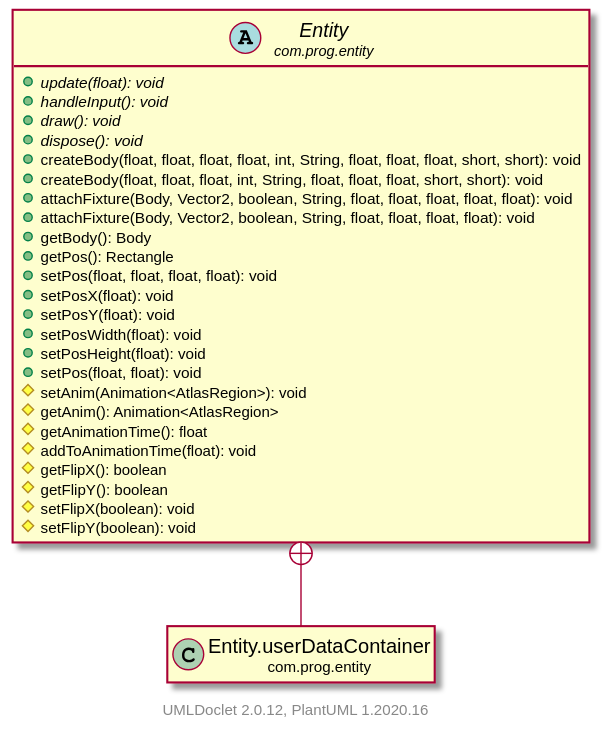
This is core/build/docs/javadoc/uml/com/prog/entity/Entity.svg from Garma00/Evilian, a PlantUML export, as it was before one commit. Its diagram source:
```plantuml
@startuml
    set namespaceSeparator none
    hide empty fields
    hide empty methods

    abstract class "<size:14>Entity\n<size:10>com.prog.entity" as com.prog.entity.Entity [[..\..\..\..\com\prog\entity\Entity.html]] {
        {abstract} +update(float): void
        {abstract} +handleInput(): void
        {abstract} +draw(): void
        {abstract} +dispose(): void
        +createBody(float, float, float, float, int, String, float, float, float, short, short): void
        +createBody(float, float, float, int, String, float, float, float, short, short): void
        +attachFixture(Body, Vector2, boolean, String, float, float, float, float, float): void
        +attachFixture(Body, Vector2, boolean, String, float, float, float, float): void
        +getBody(): Body
        +getPos(): Rectangle
        +setPos(float, float, float, float): void
        +setPosX(float): void
        +setPosY(float): void
        +setPosWidth(float): void
        +setPosHeight(float): void
        +setPos(float, float): void
        #setAnim(Animation<AtlasRegion>): void
        #getAnim(): Animation<AtlasRegion>
        #getAnimationTime(): float
        #addToAnimationTime(float): void
        #getFlipX(): boolean
        #getFlipY(): boolean
        #setFlipX(boolean): void
        #setFlipY(boolean): void
    }
    class "<size:14>Entity.userDataContainer\n<size:10>com.prog.entity" as com.prog.entity.Entity.userDataContainer [[..\..\..\..\com\prog\entity\Entity.userDataContainer.html]]

    com.prog.entity.Entity +-- com.prog.entity.Entity.userDataContainer

    center footer UMLDoclet 2.0.12, PlantUML 1.2020.16
@enduml
```
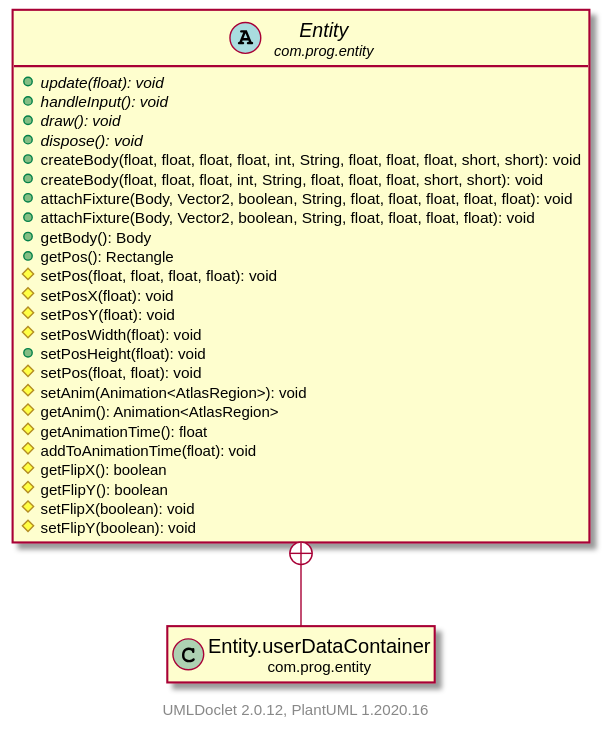
The same file after the commit.

Diff of the diagram source:
```diff
@@ -14,12 +14,12 @@
         +attachFixture(Body, Vector2, boolean, String, float, float, float, float): void
         +getBody(): Body
         +getPos(): Rectangle
-        +setPos(float, float, float, float): void
-        +setPosX(float): void
-        +setPosY(float): void
-        +setPosWidth(float): void
+        #setPos(float, float, float, float): void
+        #setPosX(float): void
+        #setPosY(float): void
+        #setPosWidth(float): void
         +setPosHeight(float): void
-        +setPos(float, float): void
+        #setPos(float, float): void
         #setAnim(Animation<AtlasRegion>): void
         #getAnim(): Animation<AtlasRegion>
         #getAnimationTime(): float
```
